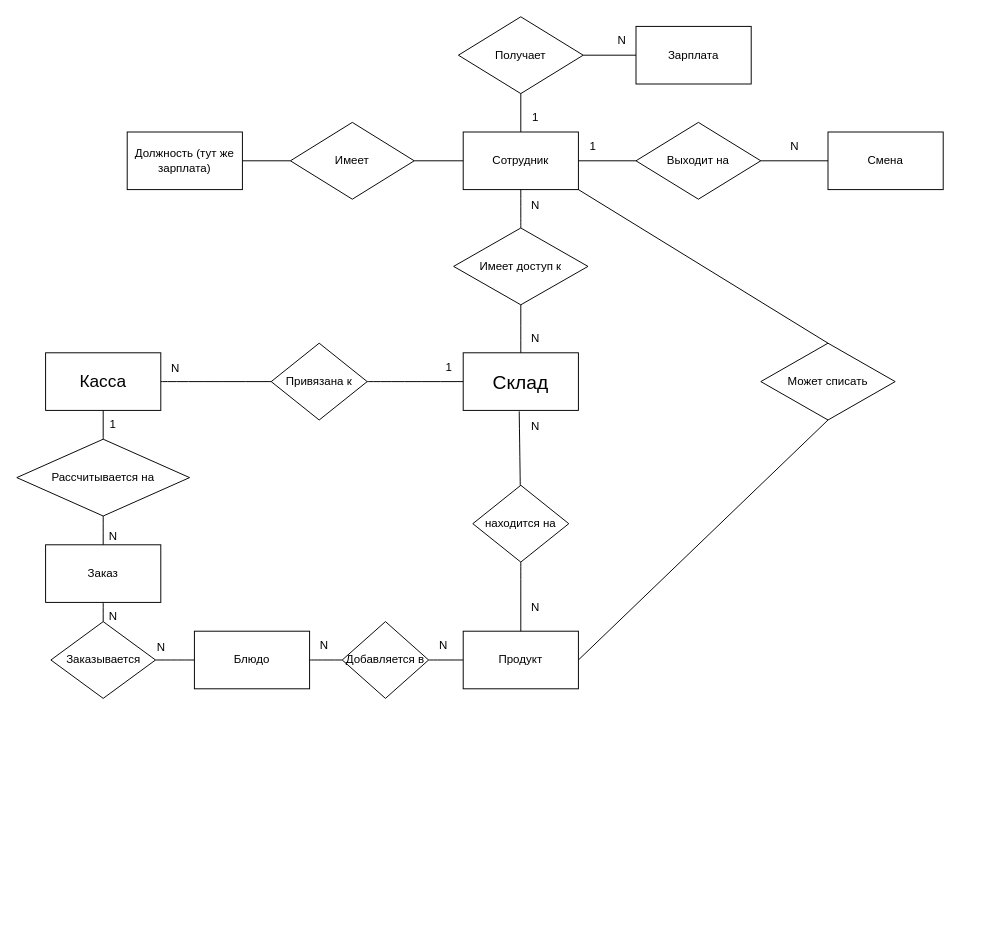
Above: data/Концептуальная модель.drawio in Vasja1142/Coursework (draw.io), before the change. Source tidied: cells renumbered, new cells numbered last; positions are measured from the earlier drawing's top-left corner, leaving out a move shared by most shapes. Both pictures are drawn from the tidied source at 96%, with x=0, y=0 at pixel (16, 16).
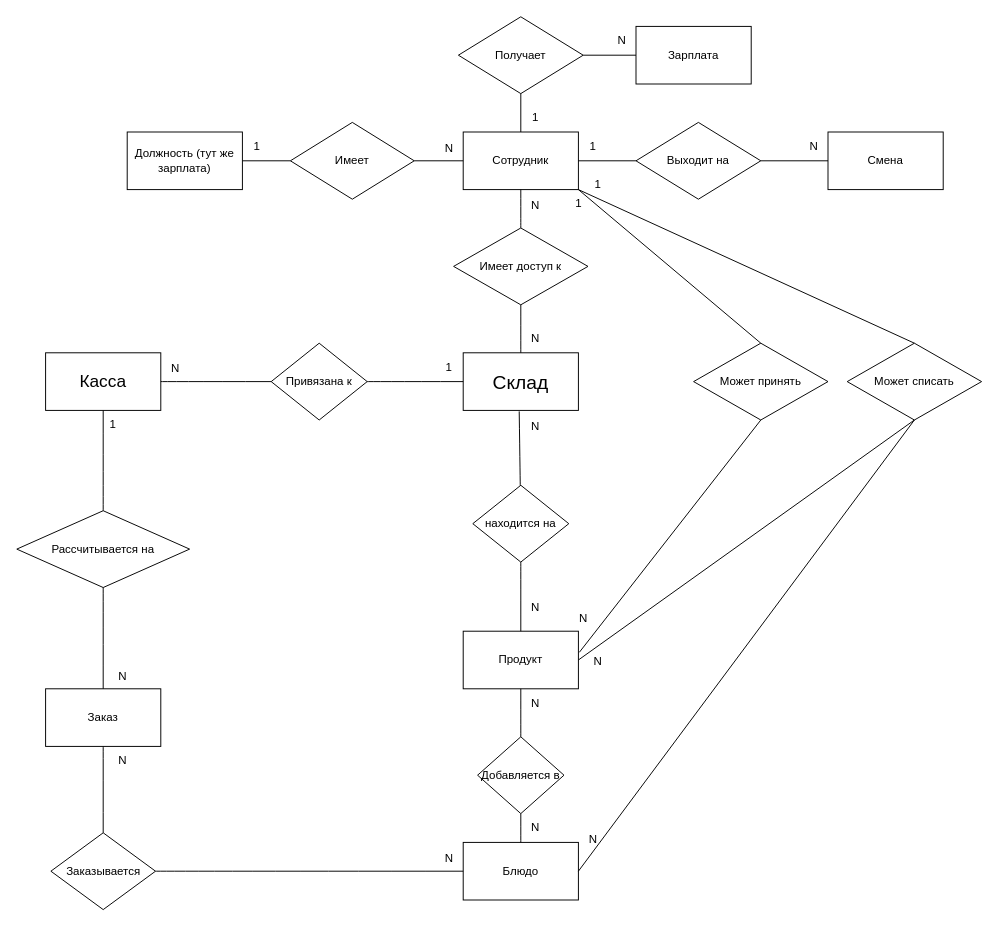
Above is the later version.

Unchanged cells that the change refers to:
```xml
<mxCell id="4" value="Продукт" style="rounded=0;whiteSpace=wrap;html=1;" parent="1" vertex="1">
  <mxGeometry x="465" y="640" width="120" height="60" as="geometry" />
</mxCell>
<mxCell id="7" value="Сотрудник" style="rounded=0;whiteSpace=wrap;html=1;" parent="1" vertex="1">
  <mxGeometry x="465" y="120" width="120" height="60" as="geometry" />
</mxCell>
```

Change to the diagram source:
```diff
@@
     <mxCell id="5" value="Блюдо" style="rounded=0;whiteSpace=wrap;html=1;" parent="1" vertex="1">
-      <mxGeometry x="185" y="640" width="120" height="60" as="geometry" />
+      <mxGeometry x="465" y="860" width="120" height="60" as="geometry" />
     </mxCell>
     <mxCell id="6" value="Заказ" style="rounded=0;whiteSpace=wrap;html=1;" parent="1" vertex="1">
-      <mxGeometry x="30" y="550" width="120" height="60" as="geometry" />
+      <mxGeometry x="30" y="700" width="120" height="60" as="geometry" />
     </mxCell>
@@
     <mxCell id="9" value="Добавляется в" style="rhombus;whiteSpace=wrap;html=1;" parent="1" vertex="1">
-      <mxGeometry x="339" y="630" width="90" height="80" as="geometry" />
+      <mxGeometry x="480" y="750" width="90" height="80" as="geometry" />
     </mxCell>
     <mxCell id="10" value="Заказывается" style="rhombus;whiteSpace=wrap;html=1;" parent="1" vertex="1">
-      <mxGeometry x="35.5" y="630" width="109" height="80" as="geometry" />
+      <mxGeometry x="35.5" y="850" width="109" height="80" as="geometry" />
     </mxCell>
     <mxCell id="11" value="Рассчитывается на" style="rhombus;whiteSpace=wrap;html=1;" parent="1" vertex="1">
-      <mxGeometry y="440" width="180" height="80" as="geometry" />
+      <mxGeometry y="514.5" width="180" height="80" as="geometry" />
     </mxCell>
@@
     <mxCell id="14" value="N" style="text;html=1;align=center;verticalAlign=middle;strokeColor=none;fillColor=none;" parent="1" vertex="1">
-      <mxGeometry x="429" y="640" width="30" height="30" as="geometry" />
+      <mxGeometry x="525" y="700" width="30" height="30" as="geometry" />
     </mxCell>
     <mxCell id="15" value="N" style="text;html=1;align=center;verticalAlign=middle;strokeColor=none;fillColor=none;" parent="1" vertex="1">
-      <mxGeometry x="305" y="640" width="30" height="30" as="geometry" />
+      <mxGeometry x="525" y="830" width="30" height="30" as="geometry" />
     </mxCell>
@@
     <mxCell id="17" value="N" style="text;html=1;align=center;verticalAlign=middle;strokeColor=none;fillColor=none;" parent="1" vertex="1">
-      <mxGeometry x="85" y="610" width="30" height="30" as="geometry" />
+      <mxGeometry x="95" y="760" width="30" height="30" as="geometry" />
     </mxCell>
@@
-    <mxCell id="30" style="endArrow=none;html=1;rounded=0;fontSize=12;startSize=8;endSize=8;curved=1;entryX=0;entryY=0.5;entryDx=0;entryDy=0;" parent="1" edge="1" source="5" target="9">
+    <mxCell id="30" style="endArrow=none;html=1;rounded=0;fontSize=12;startSize=8;endSize=8;curved=1;entryX=0.5;entryY=1;entryDx=0;entryDy=0;" parent="1" edge="1" source="5" target="9">
       <mxGeometry relative="1" as="geometry" />
     </mxCell>
-    <mxCell id="31" style="endArrow=none;html=1;rounded=0;fontSize=12;startSize=8;endSize=8;curved=1;entryX=0;entryY=0.5;entryDx=0;entryDy=0;" parent="1" edge="1" source="9" target="4">
+    <mxCell id="31" style="endArrow=none;html=1;rounded=0;fontSize=12;startSize=8;endSize=8;curved=1;entryX=0.5;entryY=1;entryDx=0;entryDy=0;" parent="1" edge="1" source="9" target="4">
       <mxGeometry relative="1" as="geometry" />
     </mxCell>
@@
     <mxCell id="34" value="&lt;font style=&quot;font-size: 12px;&quot;&gt;N&lt;/font&gt;" style="text;html=1;align=center;verticalAlign=middle;strokeColor=none;fillColor=none;fontSize=16;" parent="1" vertex="1">
-      <mxGeometry x="85" y="525" width="30" height="30" as="geometry" />
+      <mxGeometry x="95" y="670" width="30" height="30" as="geometry" />
     </mxCell>
     <mxCell id="35" value="&lt;font style=&quot;font-size: 12px;&quot;&gt;N&lt;/font&gt;" style="text;html=1;align=center;verticalAlign=middle;strokeColor=none;fillColor=none;fontSize=16;" parent="1" vertex="1">
-      <mxGeometry x="135" y="640" width="30" height="30" as="geometry" />
+      <mxGeometry x="435" y="860" width="30" height="30" as="geometry" />
     </mxCell>
@@
     <mxCell id="48" value="N" style="text;html=1;align=center;verticalAlign=middle;strokeColor=none;fillColor=none;" parent="1" vertex="1">
-      <mxGeometry x="795" y="120" width="30" height="30" as="geometry" />
+      <mxGeometry x="815" y="120" width="30" height="30" as="geometry" />
     </mxCell>
@@
     <mxCell id="54" value="Может списать" style="rhombus;whiteSpace=wrap;html=1;" parent="1" vertex="1">
-      <mxGeometry x="775" y="340" width="140" height="80" as="geometry" />
+      <mxGeometry x="865" y="340" width="140" height="80" as="geometry" />
     </mxCell>
@@
+    <mxCell id="57" style="endArrow=none;html=1;rounded=0;exitX=1;exitY=0.5;exitDx=0;exitDy=0;entryX=0.5;entryY=1;entryDx=0;entryDy=0;" parent="1" edge="1" source="5" target="54">
+      <mxGeometry relative="1" as="geometry" />
+    </mxCell>
+    <mxCell id="58" value="Может принять" style="rhombus;whiteSpace=wrap;html=1;" parent="1" vertex="1">
+      <mxGeometry x="705" y="340" width="140" height="80" as="geometry" />
+    </mxCell>
+    <mxCell id="59" style="endArrow=none;html=1;rounded=0;entryX=1;entryY=1;entryDx=0;entryDy=0;exitX=0.5;exitY=0;exitDx=0;exitDy=0;" parent="1" edge="1" source="58" target="7">
+      <mxGeometry relative="1" as="geometry" />
+    </mxCell>
+    <mxCell id="60" style="endArrow=none;html=1;rounded=0;entryX=1.008;entryY=0.367;entryDx=0;entryDy=0;exitX=0.5;exitY=1;exitDx=0;exitDy=0;entryPerimeter=0;" parent="1" edge="1" source="58" target="4">
+      <mxGeometry relative="1" as="geometry" />
+    </mxCell>
+    <mxCell id="61" value="1" style="text;html=1;align=center;verticalAlign=middle;strokeColor=none;fillColor=none;" parent="1" vertex="1">
+      <mxGeometry x="570" y="180" width="30" height="30" as="geometry" />
+    </mxCell>
+    <mxCell id="62" value="1" style="text;html=1;align=center;verticalAlign=middle;strokeColor=none;fillColor=none;" parent="1" vertex="1">
+      <mxGeometry x="590" y="160" width="30" height="30" as="geometry" />
+    </mxCell>
+    <mxCell id="63" value="&lt;font style=&quot;font-size: 12px;&quot;&gt;N&lt;/font&gt;" style="text;html=1;align=center;verticalAlign=middle;strokeColor=none;fillColor=none;fontSize=16;" parent="1" vertex="1">
+      <mxGeometry x="575" y="610" width="30" height="30" as="geometry" />
+    </mxCell>
+    <mxCell id="64" value="&lt;font style=&quot;font-size: 12px;&quot;&gt;N&lt;/font&gt;" style="text;html=1;align=center;verticalAlign=middle;strokeColor=none;fillColor=none;fontSize=16;" parent="1" vertex="1">
+      <mxGeometry x="590" y="655" width="30" height="30" as="geometry" />
+    </mxCell>
+    <mxCell id="65" value="&lt;font style=&quot;font-size: 12px;&quot;&gt;N&lt;/font&gt;" style="text;html=1;align=center;verticalAlign=middle;strokeColor=none;fillColor=none;fontSize=16;" parent="1" vertex="1">
+      <mxGeometry x="585" y="840" width="30" height="30" as="geometry" />
+    </mxCell>
+    <mxCell id="66" value="&lt;font style=&quot;font-size: 12px;&quot;&gt;N&lt;/font&gt;" style="text;html=1;align=center;verticalAlign=middle;strokeColor=none;fillColor=none;fontSize=16;" parent="1" vertex="1">
+      <mxGeometry x="435" y="120" width="30" height="30" as="geometry" />
+    </mxCell>
+    <mxCell id="67" value="1" style="text;html=1;align=center;verticalAlign=middle;strokeColor=none;fillColor=none;" parent="1" vertex="1">
+      <mxGeometry x="235" y="120" width="30" height="30" as="geometry" />
+    </mxCell>
```
